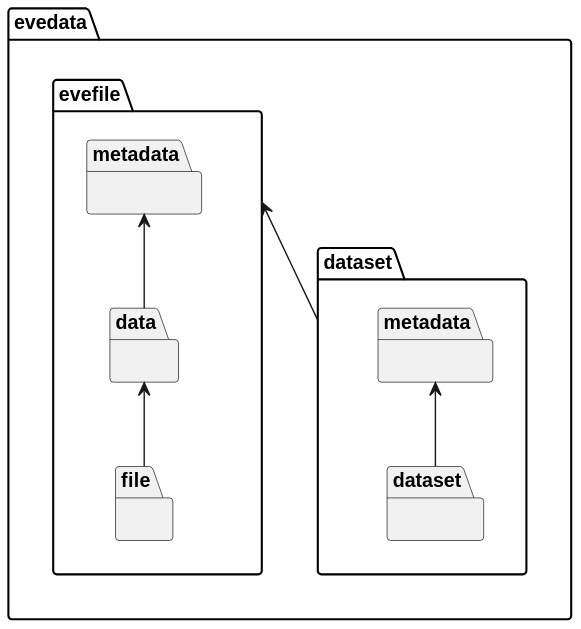
tillbiskup/evedata keeps this PlantUML diagram as docs/uml/evedata.svg. Above is the earlier version. Source of this version:
```plantuml
@startuml

package evedata {

    package evedata.evefile {

        package evedata.evefile.file {
        }
        package evedata.evefile.data {
        }
        package evedata.evefile.metadata {
        }

        evedata.evefile.metadata <-- evedata.evefile.data
        evedata.evefile.data <-- evedata.evefile.file

    }

    package evedata.dataset {

        package evedata.dataset.dataset {
        }
        package evedata.dataset.metadata {
        }

        evedata.dataset.metadata <-- evedata.dataset.dataset

    }

    evedata.evefile <-- evedata.dataset

}
@enduml
```
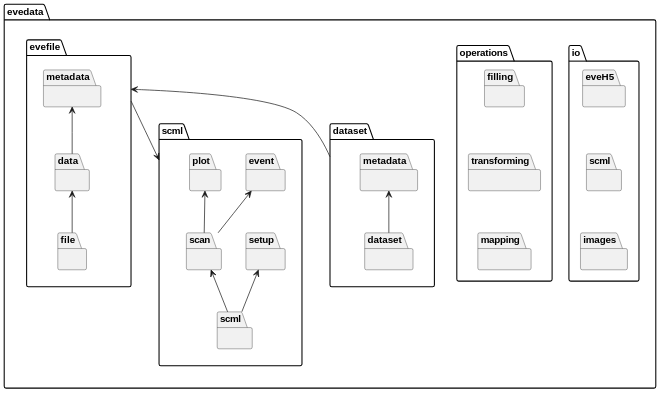
Later version of the same file.

The edit, as a diff of the source:
```diff
@@ -1,6 +1,33 @@
 @startuml
 
 package evedata {
+    package evedata.io {
+
+        package evedata.io.eveH5 {
+        }
+        package evedata.io.scml {
+        }
+        package evedata.io.images {
+        }
+
+        evedata.io.eveH5 -[hidden]-> evedata.io.scml
+        evedata.io.scml -[hidden]-> evedata.io.images
+
+    }
+
+    package evedata.operations {
+
+        package evedata.operations.filling {
+        }
+        package evedata.operations.transforming {
+        }
+        package evedata.operations.mapping {
+        }
+
+        evedata.operations.filling -[hidden]-> evedata.operations.transforming
+        evedata.operations.transforming -[hidden]-> evedata.operations.mapping
+
+    }
 
     package evedata.evefile {
 
@@ -15,6 +42,28 @@
         evedata.evefile.data <-- evedata.evefile.file
 
     }
+
+    package evedata.scml {
+
+        package evedata.scml.scml {
+        }
+        package evedata.scml.setup {
+        }
+        package evedata.scml.scan {
+        }
+        package evedata.scml.event {
+        }
+        package evedata.scml.plot {
+        }
+
+        evedata.scml.setup <-- evedata.scml.scml
+        evedata.scml.scan <-- evedata.scml.scml
+        evedata.scml.event <-- evedata.scml.scan
+        evedata.scml.plot <-- evedata.scml.scan
+
+    }
+
+    evedata.evefile --> evedata.scml
 
     package evedata.dataset {
 
```
